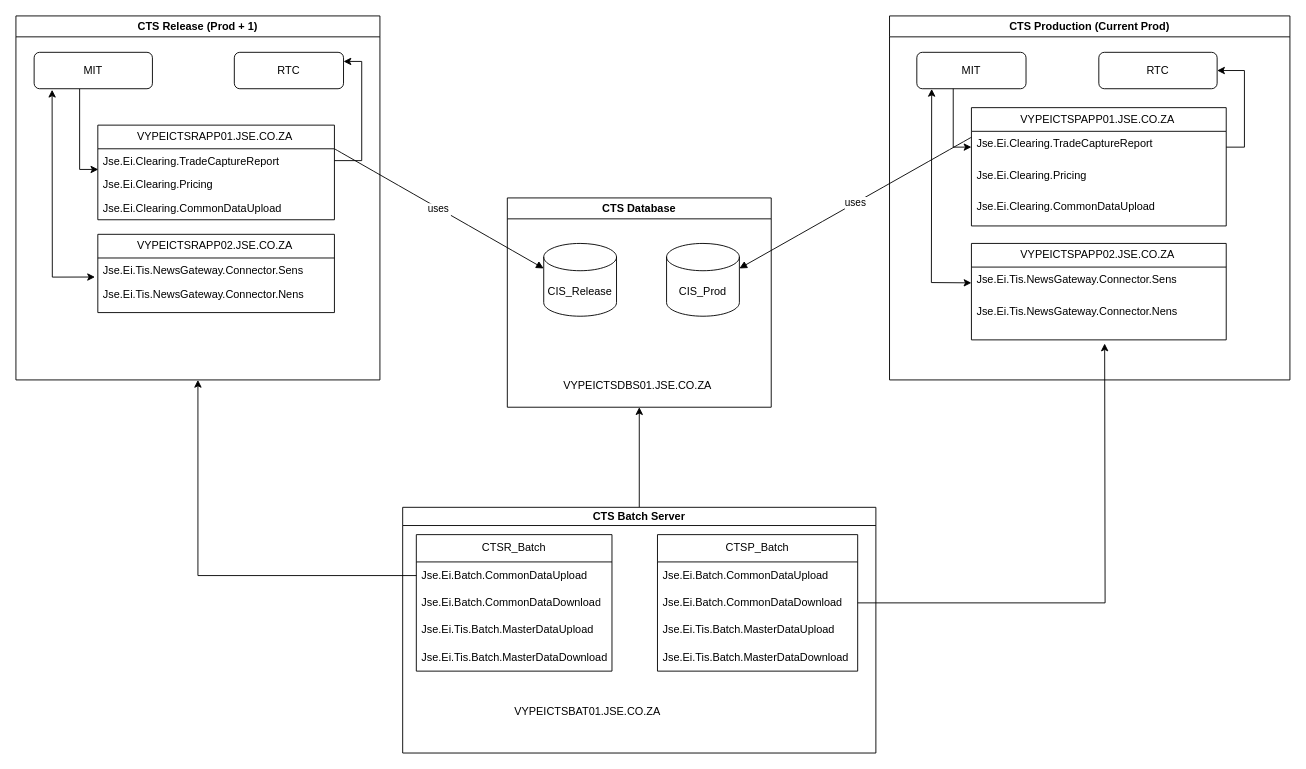
The draw.io diagram CTS Diagram.drawio in ByMadiba/Sandbox, before the edit. Source tidied: cells renumbered, new cells numbered last; positions are measured from the earlier drawing's top-left corner, leaving out a move shared by most shapes. Both pictures are drawn from the tidied source at 91%, with x=0, y=0 at pixel (15, 15).
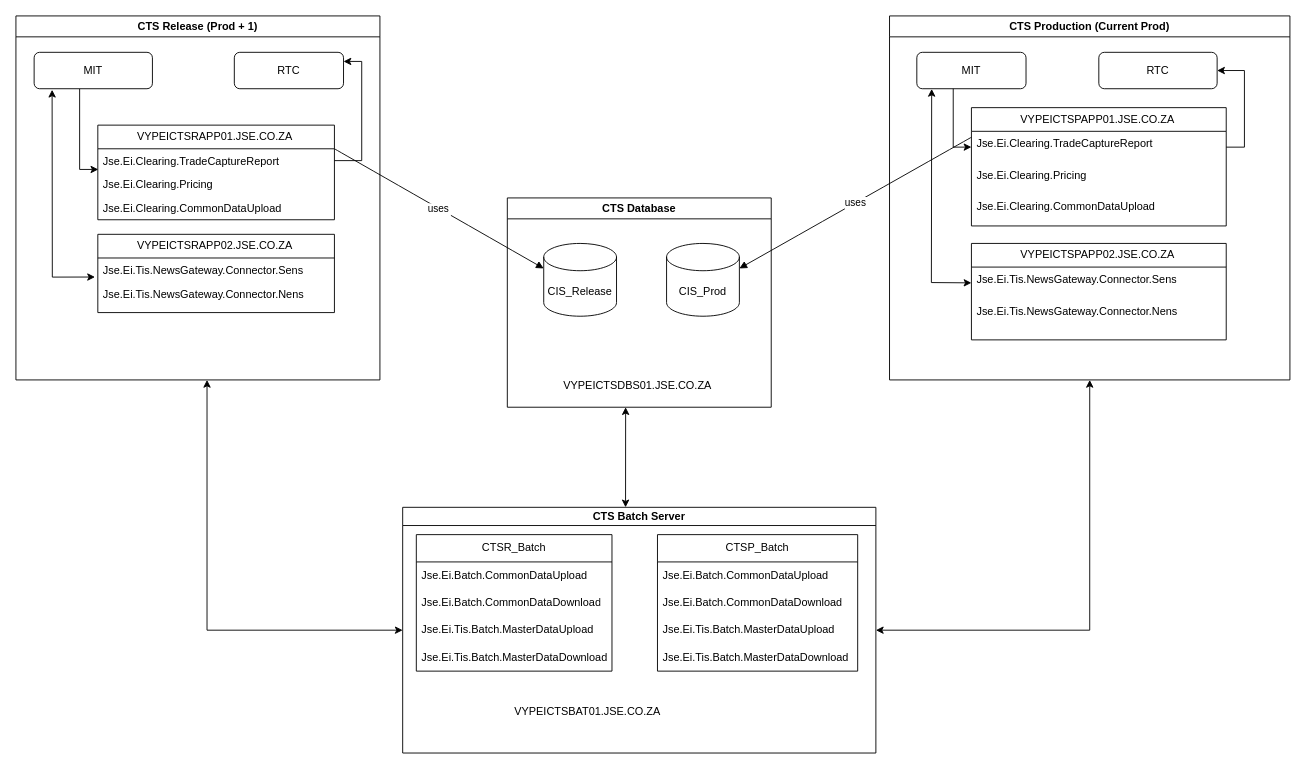
The same page after the edit.

The change refers to these unchanged cells:
```xml
<mxCell id="3" value="CTS Database" style="swimlane;whiteSpace=wrap;html=1;" parent="1" vertex="1">
  <mxGeometry x="540" y="200" width="290" height="230" as="geometry" />
</mxCell>
<mxCell id="7" value="CTS Release (Prod + 1)" style="swimlane;whiteSpace=wrap;html=1;" parent="1" vertex="1">
  <mxGeometry width="400" height="400" as="geometry" />
</mxCell>
<mxCell id="21" value="CTS Batch Server" style="swimlane;whiteSpace=wrap;html=1;startSize=20;" parent="1" vertex="1">
  <mxGeometry x="425" y="540" width="520" height="270" as="geometry" />
</mxCell>
<mxCell id="23" value="Jse.Ei.Batch.CommonDataUpload" style="text;strokeColor=none;fillColor=none;align=left;verticalAlign=middle;spacingLeft=4;spacingRight=4;overflow=hidden;points=[[0,0.5],[1,0.5]];portConstraint=eastwest;whiteSpace=wrap;html=1;" parent="22" vertex="1">
  <mxGeometry y="30" width="215" height="30" as="geometry" />
</mxCell>
<mxCell id="28" value="CTSP_Batch" style="swimlane;fontStyle=0;horizontal=1;startSize=30;whiteSpace=wrap;html=1;" parent="21" vertex="1">
  <mxGeometry x="280" y="30" width="220" height="150" as="geometry" />
</mxCell>
<mxCell id="34" style="group;" parent="1" vertex="1">
  <mxGeometry x="960" width="440" height="400" as="geometry" />
</mxCell>
<mxCell id="36" value="CTS Production (Current Prod)" style="swimlane;whiteSpace=wrap;html=1;" parent="34" vertex="1">
  <mxGeometry width="440" height="400" as="geometry" />
</mxCell>
```

Change to the diagram source:
```diff
@@
-    <mxCell id="2" style="edgeStyle=orthogonalEdgeStyle;rounded=0;jettySize=auto;html=1;entryX=0.5;entryY=1;entryDx=0;entryDy=0;exitX=0.5;exitY=0;exitDx=0;exitDy=0;" parent="1" edge="1" source="21" target="3">
-      <mxGeometry relative="1" as="geometry" />
-    </mxCell>
@@
-    <mxCell id="33" style="edgeStyle=orthogonalEdgeStyle;rounded=0;jettySize=auto;html=1;entryX=0.5;entryY=1;entryDx=0;entryDy=0;" parent="1" edge="1" source="23" target="7">
-      <mxGeometry relative="1" as="geometry" />
-    </mxCell>
@@
-    <mxCell id="35" style="edgeStyle=orthogonalEdgeStyle;rounded=0;jettySize=auto;html=1;" parent="34" edge="1" source="28">
-      <mxGeometry relative="1" as="geometry">
-        <mxPoint x="236.4" y="360" as="targetPoint" />
-      </mxGeometry>
-    </mxCell>
@@
+    <mxCell id="52" style="endArrow=classic;startArrow=classic;html=1;rounded=0;exitX=0;exitY=0.5;exitDx=0;exitDy=0;" parent="1" edge="1" source="21">
+      <mxGeometry relative="1" as="geometry">
+        <mxPoint x="210" y="400" as="targetPoint" />
+        <Array as="points">
+          <mxPoint x="210" y="675" />
+        </Array>
+      </mxGeometry>
+    </mxCell>
+    <mxCell id="53" style="endArrow=classic;startArrow=classic;html=1;rounded=0;entryX=0.5;entryY=1;entryDx=0;entryDy=0;exitX=1;exitY=0.5;exitDx=0;exitDy=0;" parent="1" edge="1" source="21" target="36">
+      <mxGeometry relative="1" as="geometry">
+        <Array as="points">
+          <mxPoint x="1180" y="675" />
+        </Array>
+      </mxGeometry>
+    </mxCell>
+    <mxCell id="54" style="endArrow=classic;startArrow=classic;html=1;rounded=0;exitX=0.471;exitY=0;exitDx=0;exitDy=0;exitPerimeter=0;" parent="1" edge="1" source="21">
+      <mxGeometry relative="1" as="geometry">
+        <mxPoint x="670" y="430" as="targetPoint" />
+      </mxGeometry>
+    </mxCell>
```
